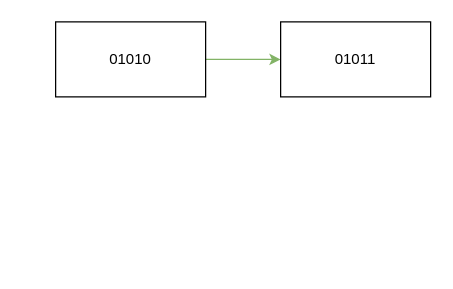
Before: Untitled Diagram.drawio in RV1989/drawio-drawing, a draw.io diagram. Source tidied: cells renumbered, new cells numbered last; positions are measured from the earlier drawing's top-left corner, leaving out a move shared by most shapes. Both pictures are drawn from the tidied source at 125%, with x=0, y=0 at pixel (55, 21). Pictures stored in the file or linked from it are replaced by grey dashed boxes.
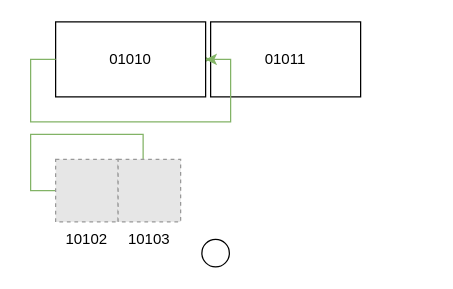
The same page after the edit.

What changed in the source:
```diff
@@
 <mxGraphModel>
   <root>
     <mxCell id="0" />
     <mxCell id="1" parent="0" />
     <mxCell id="2" parent="0" />
     <mxCell id="3" style="edgeStyle=orthogonalEdgeStyle;rounded=0;jettySize=auto;html=1;exitX=1;exitY=0.5;exitDx=0;exitDy=0;entryX=0;entryY=0.5;entryDx=0;entryDy=0;fillColor=#d5e8d4;strokeColor=#82b366;" parent="2" edge="1" source="4" target="5">
       <mxGeometry relative="1" as="geometry" />
     </mxCell>
     <object id="4" label="%pos%" placeholders="1" pos="01010">
       <mxCell style="rounded=0;whiteSpace=wrap;html=1;" parent="2" vertex="1">
         <mxGeometry width="120" height="60" as="geometry" />
       </mxCell>
     </object>
     <object id="5" label="%pos%" placeholders="1" pos="01011">
       <mxCell style="rounded=0;whiteSpace=wrap;html=1;" parent="2" vertex="1">
-        <mxGeometry x="180" width="120" height="60" as="geometry" />
+        <mxGeometry x="124" width="120" height="60" as="geometry" />
       </mxCell>
     </object>
+    <mxCell id="6" style="edgeStyle=orthogonalEdgeStyle;rounded=0;jettySize=auto;html=1;exitX=0;exitY=0.5;exitDx=0;exitDy=0;entryX=0;entryY=0.5;entryDx=0;entryDy=0;fillColor=#d5e8d4;strokeColor=#82b366;" parent="2" edge="1" source="7" target="8">
+      <mxGeometry relative="1" as="geometry" />
+    </mxCell>
+    <object id="7" label="%PosNr%" PosNr="10102" placeholders="1">
+      <mxCell style="fillColor=#E6E6E6;strokeColor=#999999;dashed=1;verticalLabelPosition=bottom;verticalAlign=top;" parent="2" vertex="1">
+        <mxGeometry y="110" width="50" height="50" as="geometry" />
+      </mxCell>
+    </object>
+    <object id="8" label="%PosNr%" PosNr="10103" placeholders="1">
+      <mxCell style="fillColor=#E6E6E6;strokeColor=#999999;dashed=1;verticalLabelPosition=bottom;verticalAlign=top;" parent="2" vertex="1">
+        <mxGeometry x="50" y="110" width="50" height="50" as="geometry" />
+      </mxCell>
+    </object>
+    <mxCell id="9" style="edgeStyle=orthogonalEdgeStyle;rounded=0;orthogonalLoop=1;jettySize=auto;html=1;exitX=0;exitY=0.5;exitDx=0;exitDy=0;entryX=1;entryY=0.5;entryDx=0;entryDy=0;fillColor=#d5e8d4;strokeColor=#82b366;" parent="2" edge="1" source="4" target="4">
+      <mxGeometry relative="1" as="geometry" />
+    </mxCell>
+    <mxCell id="10" parent="0" />
+    <mxCell id="11" style="ellipse;whiteSpace=wrap;html=1;" parent="10" vertex="1">
+      <mxGeometry x="117" y="174" width="22" height="22" as="geometry" />
+    </mxCell>
   </root>
 </mxGraphModel>
```
